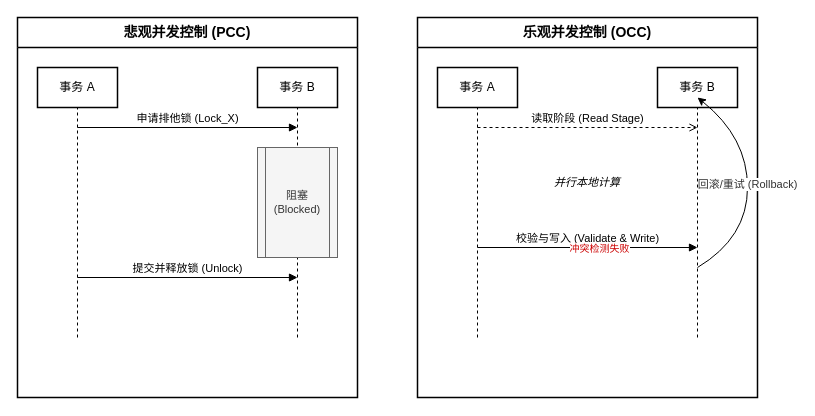
Before: page "2.5 pcc & occ" (5 of 7) of 2-x.drawio in cynic-1/Graphs, a draw.io diagram. Source tidied: cells renumbered, new cells numbered last; positions are measured from the earlier drawing's top-left corner, leaving out a move shared by most shapes. Both pictures are drawn from the tidied source at 100%, with x=0, y=0 at pixel (17, 17).
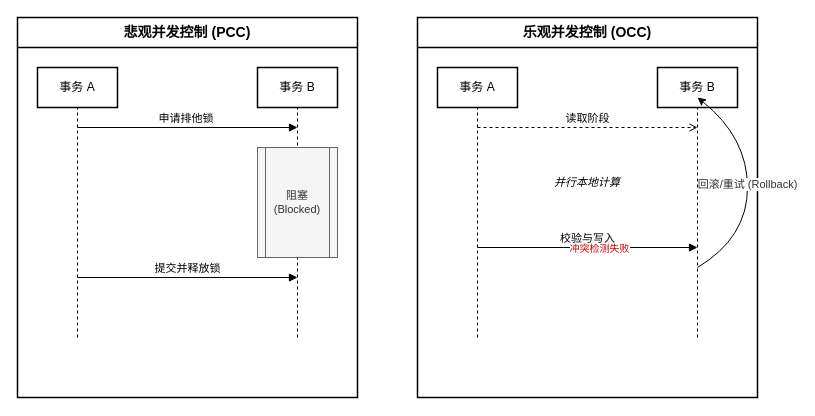
After the change.

Unchanged cells that the change refers to:
```xml
<mxCell id="2" value="悲观并发控制 (PCC)" style="swimlane;whiteSpace=wrap;html=1;startSize=30;strokeWidth=1.5;fontSize=14;fontStyle=1;fillColor=none;" parent="1" vertex="1">
  <mxGeometry width="340" height="380" as="geometry" />
</mxCell>
<mxCell id="10" value="乐观并发控制 (OCC)" style="swimlane;whiteSpace=wrap;html=1;startSize=30;strokeWidth=1.5;fontSize=14;fontStyle=1;fillColor=none;" parent="1" vertex="1">
  <mxGeometry x="400" width="340" height="380" as="geometry" />
</mxCell>
```

Change to the diagram source:
```diff
@@
-    <mxCell id="7" value="申请排他锁 (Lock_X)" style="html=1;verticalAlign=bottom;endArrow=block;fontSize=11;strokeWidth=1;" parent="2" edge="1">
+    <mxCell id="7" value="申请排他锁&amp;nbsp;" style="html=1;verticalAlign=bottom;endArrow=block;fontSize=11;strokeWidth=1;" parent="2" edge="1">
       <mxGeometry relative="1" as="geometry">
         <mxPoint x="60" y="110" as="sourcePoint" />
         <mxPoint x="280" y="110" as="targetPoint" />
       </mxGeometry>
     </mxCell>
@@
-    <mxCell id="9" value="提交并释放锁 (Unlock)" style="html=1;verticalAlign=bottom;endArrow=block;fontSize=11;strokeWidth=1;" parent="2" edge="1">
+    <mxCell id="9" value="提交并释放锁" style="html=1;verticalAlign=bottom;endArrow=block;fontSize=11;strokeWidth=1;" parent="2" edge="1">
       <mxGeometry relative="1" as="geometry">
         <mxPoint x="60" y="260" as="sourcePoint" />
         <mxPoint x="280" y="260" as="targetPoint" />
       </mxGeometry>
     </mxCell>
@@
-    <mxCell id="15" value="读取阶段 (Read Stage)" style="html=1;verticalAlign=bottom;endArrow=open;dashed=1;fontSize=11;strokeWidth=1;" parent="10" edge="1">
+    <mxCell id="15" value="读取阶段" style="html=1;verticalAlign=bottom;endArrow=open;dashed=1;fontSize=11;strokeWidth=1;" parent="10" edge="1">
       <mxGeometry relative="1" as="geometry">
         <mxPoint x="60" y="110" as="sourcePoint" />
         <mxPoint x="280" y="110" as="targetPoint" />
       </mxGeometry>
     </mxCell>
@@
-    <mxCell id="17" value="校验与写入 (Validate &amp; Write)" style="html=1;verticalAlign=bottom;endArrow=block;fontSize=11;strokeWidth=1;" parent="10" edge="1">
+    <mxCell id="17" value="校验与写入" style="html=1;verticalAlign=bottom;endArrow=block;fontSize=11;strokeWidth=1;" parent="10" edge="1">
       <mxGeometry relative="1" as="geometry">
         <mxPoint x="60" y="230" as="sourcePoint" />
         <mxPoint x="280" y="230" as="targetPoint" />
       </mxGeometry>
     </mxCell>
```
